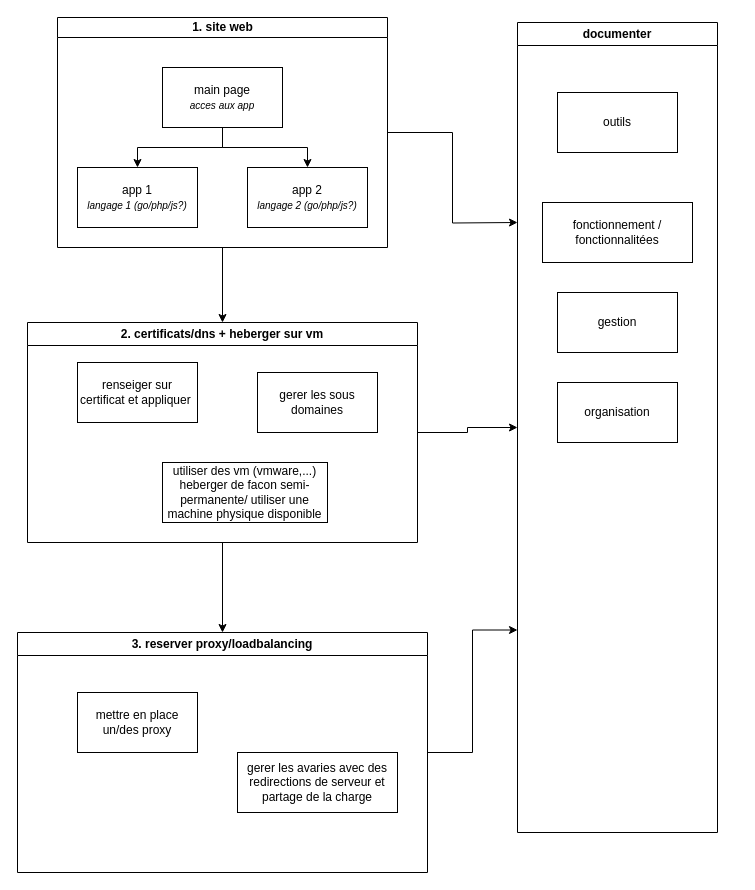
Zephied/projet-infra-Ynov keeps this draw.io diagram as organisation projet.drawio. Above is the earlier version. Source tidied: cells renumbered, new cells numbered last; positions are measured from the earlier drawing's top-left corner, leaving out a move shared by most shapes. Both pictures are drawn from the tidied source at 100%, with x=0, y=0 at pixel (17, 17).
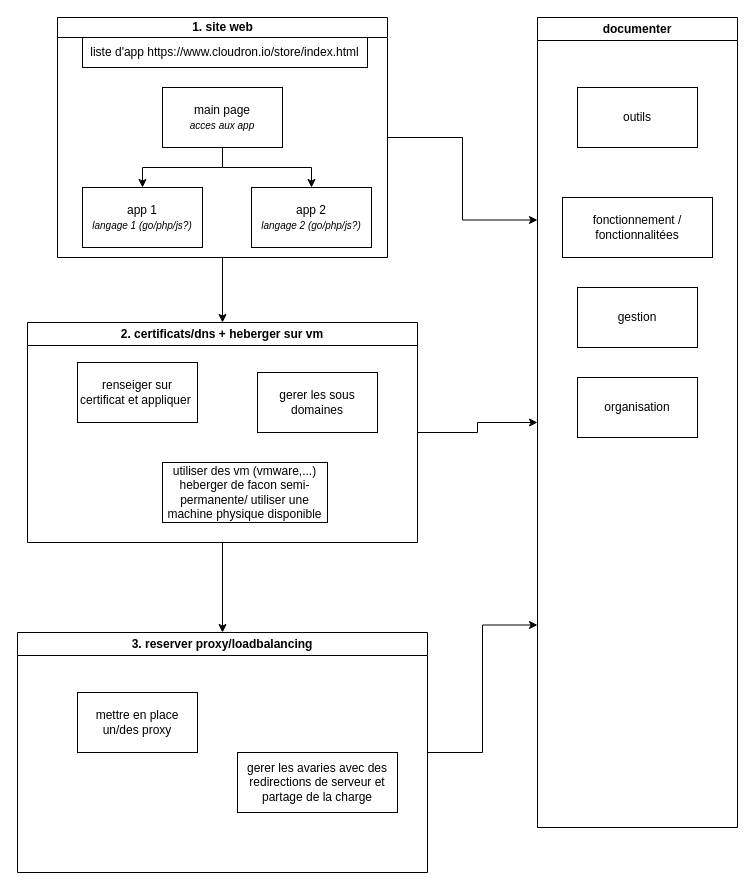
Above is the later version.

Commit message:
Mettre à jour organisation projet.drawio

Change to the diagram source:
```diff
@@
-    <mxCell id="3" style="edgeStyle=orthogonalEdgeStyle;rounded=0;jettySize=auto;html=1;exitX=1;exitY=0.5;exitDx=0;exitDy=0;" parent="1" edge="1" source="4">
-      <mxGeometry relative="1" as="geometry">
-        <mxPoint x="500" y="205" as="targetPoint" />
-      </mxGeometry>
+    <mxCell id="3" style="edgeStyle=orthogonalEdgeStyle;rounded=0;jettySize=auto;html=1;exitX=1;exitY=0.5;exitDx=0;exitDy=0;entryX=0;entryY=0.25;entryDx=0;entryDy=0;" parent="1" edge="1" source="4" target="20">
+      <mxGeometry relative="1" as="geometry" />
     </mxCell>
     <mxCell id="4" value="1. site web" style="swimlane;html=1;startSize=20;horizontal=1;containerType=tree;glass=0;" parent="1" vertex="1">
-      <mxGeometry x="40" width="330" height="230" as="geometry" />
+      <mxGeometry x="40" width="330" height="240" as="geometry" />
     </mxCell>
@@
     <mxCell id="7" value="main page&lt;br&gt;&lt;i&gt;&lt;font style=&quot;font-size: 10px;&quot;&gt;acces aux app&lt;/font&gt;&lt;/i&gt;" style="rounded=0;whiteSpace=wrap;html=1;" parent="4" vertex="1">
-      <mxGeometry x="105" y="50" width="120" height="60" as="geometry" />
+      <mxGeometry x="105" y="70" width="120" height="60" as="geometry" />
     </mxCell>
     <mxCell id="8" value="app 1&lt;br&gt;&lt;i&gt;&lt;font style=&quot;font-size: 10px;&quot;&gt;langage 1 (go/php/js?)&lt;/font&gt;&lt;/i&gt;" style="rounded=0;whiteSpace=wrap;html=1;" parent="4" vertex="1">
-      <mxGeometry x="20" y="150" width="120" height="60" as="geometry" />
+      <mxGeometry x="25" y="170" width="120" height="60" as="geometry" />
     </mxCell>
     <mxCell id="9" value="app 2&lt;br&gt;&lt;i&gt;&lt;font style=&quot;font-size: 10px;&quot;&gt;langage 2 (go/php/js?)&lt;/font&gt;&lt;/i&gt;" style="rounded=0;whiteSpace=wrap;html=1;" parent="4" vertex="1">
-      <mxGeometry x="190" y="150" width="120" height="60" as="geometry" />
+      <mxGeometry x="194" y="170" width="120" height="60" as="geometry" />
     </mxCell>
+    <mxCell id="25" value="liste d'app https://www.cloudron.io/store/index.html" style="rounded=0;whiteSpace=wrap;html=1;" parent="4" vertex="1">
+      <mxGeometry x="25" y="20" width="285" height="30" as="geometry" />
+    </mxCell>
@@
     <mxCell id="20" value="documenter" style="swimlane;whiteSpace=wrap;html=1;" parent="1" vertex="1">
-      <mxGeometry x="500" y="5" width="200" height="810" as="geometry" />
+      <mxGeometry x="520" width="200" height="810" as="geometry" />
     </mxCell>
```
